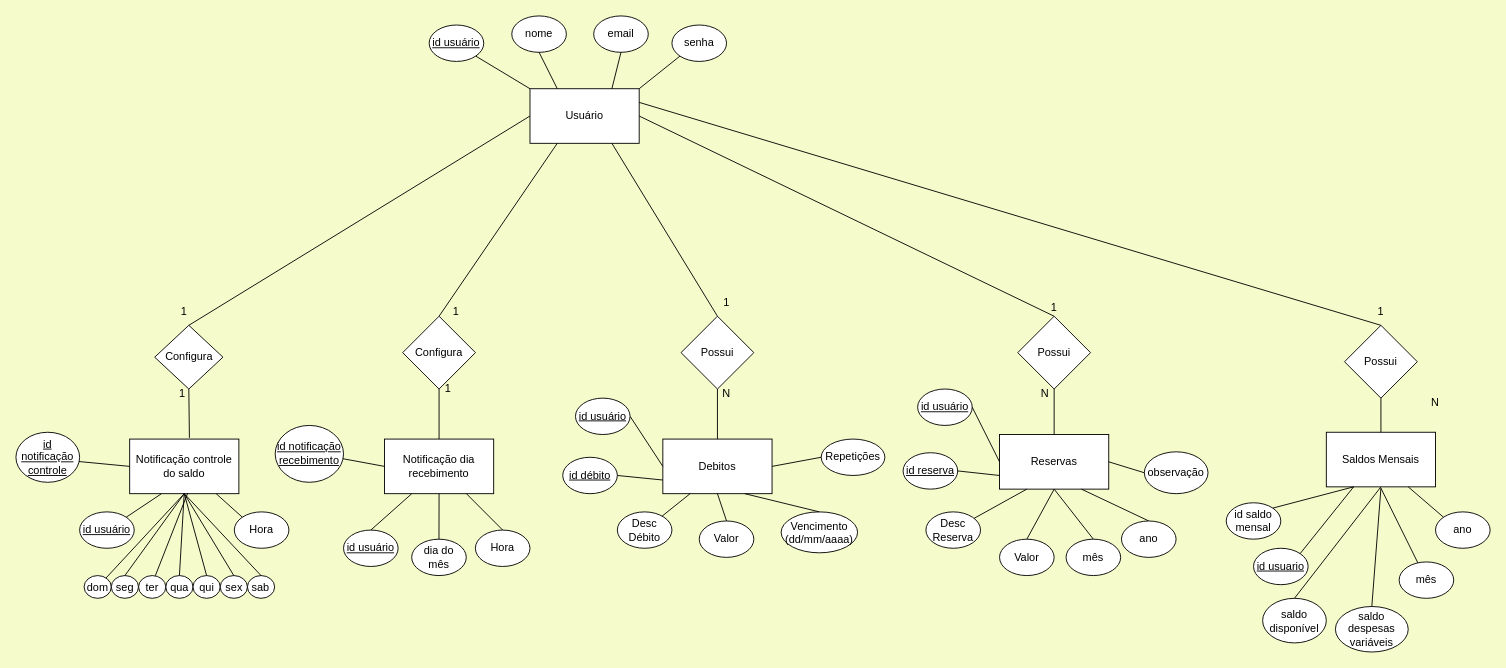
This is evidências/Modelagem banco de dados/finance-app.drawio from lucascoimbra-lab/finance-app, a draw.io file, before an edit. Source tidied: cells renumbered, new cells numbered last; positions are measured from the earlier drawing's top-left corner, leaving out a move shared by most shapes. Both pictures are drawn from the tidied source at 91%, with x=0, y=0 at pixel (15, 15).
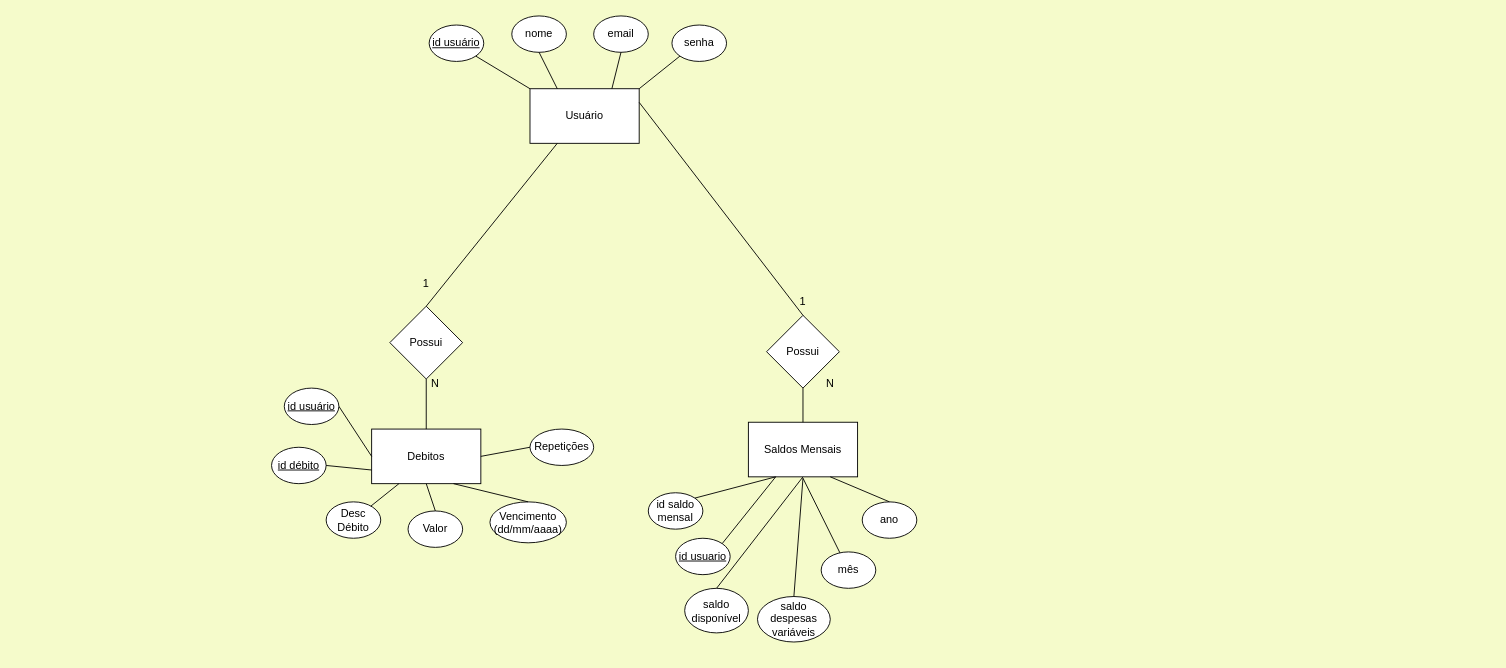
Above is the later version.

Unchanged cells that the change refers to:
```xml
<mxCell id="2" value="Usuário" style="rounded=0;whiteSpace=wrap;html=1;" parent="1" vertex="1">
  <mxGeometry x="564.9" y="80" width="120" height="60" as="geometry" />
</mxCell>
```

What changed in the source:
```diff
@@
     <mxCell id="7" value="Debitos" style="rounded=0;whiteSpace=wrap;html=1;" parent="1" vertex="1">
-      <mxGeometry x="710.9" y="465" width="120" height="60" as="geometry" />
+      <mxGeometry x="390.9" y="454" width="120" height="60" as="geometry" />
     </mxCell>
     <mxCell id="8" value="Desc Débito" style="ellipse;whiteSpace=wrap;html=1;" parent="1" vertex="1">
-      <mxGeometry x="660.9" y="545" width="60" height="40" as="geometry" />
+      <mxGeometry x="340.9" y="534" width="60" height="40" as="geometry" />
     </mxCell>
     <mxCell id="9" value="Valor" style="ellipse;whiteSpace=wrap;html=1;" parent="1" vertex="1">
-      <mxGeometry x="750.9" y="555" width="60" height="40" as="geometry" />
+      <mxGeometry x="430.9" y="544" width="60" height="40" as="geometry" />
     </mxCell>
     <mxCell id="10" value="Vencimento&lt;div&gt;(dd/mm/aaaa)&lt;/div&gt;" style="ellipse;whiteSpace=wrap;html=1;" parent="1" vertex="1">
-      <mxGeometry x="840.9" y="545" width="84" height="45" as="geometry" />
+      <mxGeometry x="520.9" y="534" width="84" height="45" as="geometry" />
     </mxCell>
@@
     <mxCell id="14" value="&lt;u&gt;id usuário&lt;/u&gt;" style="ellipse;whiteSpace=wrap;html=1;" parent="1" vertex="1">
-      <mxGeometry x="614.9" y="420" width="60" height="40" as="geometry" />
+      <mxGeometry x="294.9" y="409" width="60" height="40" as="geometry" />
     </mxCell>
@@
-    <mxCell id="18" value="Reservas" style="rounded=0;whiteSpace=wrap;html=1;" parent="1" vertex="1">
-      <mxGeometry x="1080.9" y="460" width="120" height="60" as="geometry" />
-    </mxCell>
-    <mxCell id="19" value="Desc Reserva" style="ellipse;whiteSpace=wrap;html=1;" parent="1" vertex="1">
-      <mxGeometry x="1000" y="545" width="60" height="40" as="geometry" />
-    </mxCell>
-    <mxCell id="20" style="endArrow=none;html=1;rounded=0;exitX=0.25;exitY=1;exitDx=0;exitDy=0;" parent="1" edge="1" source="18" target="19">
-      <mxGeometry relative="1" as="geometry" />
-    </mxCell>
-    <mxCell id="21" value="Valor" style="ellipse;whiteSpace=wrap;html=1;" parent="1" vertex="1">
-      <mxGeometry x="1080.9" y="575" width="60" height="40" as="geometry" />
-    </mxCell>
-    <mxCell id="22" style="endArrow=none;html=1;rounded=0;entryX=0.5;entryY=0;entryDx=0;entryDy=0;exitX=0.5;exitY=1;exitDx=0;exitDy=0;" parent="1" edge="1" source="18" target="21">
-      <mxGeometry relative="1" as="geometry" />
-    </mxCell>
-    <mxCell id="23" value="observação" style="ellipse;whiteSpace=wrap;html=1;" parent="1" vertex="1">
-      <mxGeometry x="1240" y="479" width="70" height="46" as="geometry" />
-    </mxCell>
-    <mxCell id="24" style="endArrow=none;html=1;rounded=0;exitX=0;exitY=0.5;exitDx=0;exitDy=0;entryX=1;entryY=0.5;entryDx=0;entryDy=0;" parent="1" edge="1" source="23" target="18">
-      <mxGeometry relative="1" as="geometry" />
-    </mxCell>
-    <mxCell id="25" value="&lt;u&gt;id usuário&lt;/u&gt;" style="ellipse;whiteSpace=wrap;html=1;" parent="1" vertex="1">
-      <mxGeometry x="990.9" y="410" width="60" height="40" as="geometry" />
-    </mxCell>
-    <mxCell id="26" style="endArrow=none;html=1;rounded=0;exitX=1;exitY=0.5;exitDx=0;exitDy=0;entryX=0;entryY=0.5;entryDx=0;entryDy=0;" parent="1" edge="1" source="25" target="18">
-      <mxGeometry relative="1" as="geometry" />
-    </mxCell>
-    <mxCell id="27" value="Possui" style="rhombus;whiteSpace=wrap;html=1;" parent="1" vertex="1">
-      <mxGeometry x="1100.9" y="330" width="80" height="80" as="geometry" />
-    </mxCell>
-    <mxCell id="28" style="endArrow=none;html=1;rounded=0;exitX=1;exitY=0.5;exitDx=0;exitDy=0;entryX=0.5;entryY=0;entryDx=0;entryDy=0;" parent="1" edge="1" source="2" target="27">
-      <mxGeometry relative="1" as="geometry" />
-    </mxCell>
-    <mxCell id="29" style="endArrow=none;html=1;rounded=0;exitX=0.5;exitY=1;exitDx=0;exitDy=0;entryX=0.5;entryY=0;entryDx=0;entryDy=0;" parent="1" edge="1" source="27" target="18">
-      <mxGeometry relative="1" as="geometry" />
-    </mxCell>
-    <mxCell id="30" value="1" style="text;html=1;align=center;verticalAlign=middle;whiteSpace=wrap;rounded=0;" parent="1" vertex="1">
-      <mxGeometry x="1110.9" y="306" width="60" height="30" as="geometry" />
-    </mxCell>
-    <mxCell id="31" value="N" style="text;html=1;align=center;verticalAlign=middle;whiteSpace=wrap;rounded=0;" parent="1" vertex="1">
-      <mxGeometry x="1100.9" y="400" width="60" height="30" as="geometry" />
-    </mxCell>
     <mxCell id="32" value="Possui" style="rhombus;whiteSpace=wrap;html=1;" parent="1" vertex="1">
-      <mxGeometry x="730.9" y="330" width="80" height="80" as="geometry" />
+      <mxGeometry x="410.9" y="319" width="80" height="80" as="geometry" />
     </mxCell>
-    <mxCell id="33" style="endArrow=none;html=1;rounded=0;entryX=0.5;entryY=0;entryDx=0;entryDy=0;exitX=0.75;exitY=1;exitDx=0;exitDy=0;" parent="1" edge="1" source="2" target="32">
+    <mxCell id="33" style="endArrow=none;html=1;rounded=0;entryX=0.5;entryY=0;entryDx=0;entryDy=0;exitX=0.25;exitY=1;exitDx=0;exitDy=0;" parent="1" edge="1" source="2" target="32">
       <mxGeometry relative="1" as="geometry" />
     </mxCell>
     <mxCell id="34" value="1" style="text;html=1;align=center;verticalAlign=middle;whiteSpace=wrap;rounded=0;" parent="1" vertex="1">
-      <mxGeometry x="750.9" y="300" width="60" height="30" as="geometry" />
+      <mxGeometry x="420.9" y="279" width="60" height="30" as="geometry" />
     </mxCell>
     <mxCell id="35" value="N" style="text;html=1;align=center;verticalAlign=middle;whiteSpace=wrap;rounded=0;" parent="1" vertex="1">
-      <mxGeometry x="750.9" y="400" width="60" height="30" as="geometry" />
+      <mxGeometry x="430.9" y="389" width="60" height="30" as="geometry" />
     </mxCell>
-    <mxCell id="36" value="Notificação dia recebimento" style="rounded=0;whiteSpace=wrap;html=1;" parent="1" vertex="1">
-      <mxGeometry x="405" y="465" width="120" height="60" as="geometry" />
-    </mxCell>
-    <mxCell id="37" value="dia do mês" style="ellipse;whiteSpace=wrap;html=1;" parent="1" vertex="1">
-      <mxGeometry x="434.9" y="575" width="60" height="40" as="geometry" />
-    </mxCell>
-    <mxCell id="38" value="Hora" style="ellipse;whiteSpace=wrap;html=1;" parent="1" vertex="1">
-      <mxGeometry x="504.9" y="565" width="60" height="40" as="geometry" />
-    </mxCell>
-    <mxCell id="39" value="&lt;u&gt;id usuário&lt;/u&gt;" style="ellipse;whiteSpace=wrap;html=1;" parent="1" vertex="1">
-      <mxGeometry x="360" y="565" width="60" height="40" as="geometry" />
-    </mxCell>
-    <mxCell id="40" style="endArrow=none;html=1;rounded=0;exitX=0.75;exitY=1;exitDx=0;exitDy=0;entryX=0.5;entryY=0;entryDx=0;entryDy=0;" parent="1" edge="1" source="36" target="38">
-      <mxGeometry relative="1" as="geometry" />
-    </mxCell>
-    <mxCell id="41" style="endArrow=none;html=1;rounded=0;exitX=0.5;exitY=1;exitDx=0;exitDy=0;" parent="1" edge="1" source="36" target="37">
-      <mxGeometry relative="1" as="geometry" />
-    </mxCell>
-    <mxCell id="42" style="endArrow=none;html=1;rounded=0;exitX=0.25;exitY=1;exitDx=0;exitDy=0;entryX=0.5;entryY=0;entryDx=0;entryDy=0;" parent="1" edge="1" source="36" target="39">
-      <mxGeometry relative="1" as="geometry" />
-    </mxCell>
-    <mxCell id="43" value="Notificação controle do saldo" style="rounded=0;whiteSpace=wrap;html=1;" parent="1" vertex="1">
-      <mxGeometry x="125" y="465" width="120" height="60" as="geometry" />
-    </mxCell>
-    <mxCell id="44" value="dom" style="ellipse;whiteSpace=wrap;html=1;" parent="1" vertex="1">
-      <mxGeometry x="74.9" y="615" width="29.9" height="25" as="geometry" />
-    </mxCell>
-    <mxCell id="45" value="Hora" style="ellipse;whiteSpace=wrap;html=1;" parent="1" vertex="1">
-      <mxGeometry x="240" y="545" width="60" height="40" as="geometry" />
-    </mxCell>
-    <mxCell id="46" value="&lt;u&gt;id usuário&lt;/u&gt;" style="ellipse;whiteSpace=wrap;html=1;" parent="1" vertex="1">
-      <mxGeometry x="70" y="545" width="60" height="40" as="geometry" />
-    </mxCell>
-    <mxCell id="47" style="endArrow=none;html=1;rounded=0;exitX=0.75;exitY=1;exitDx=0;exitDy=0;entryX=0;entryY=0;entryDx=0;entryDy=0;" parent="1" edge="1" target="45">
-      <mxGeometry relative="1" as="geometry">
-        <mxPoint x="220" y="525" as="sourcePoint" />
-      </mxGeometry>
-    </mxCell>
-    <mxCell id="48" style="endArrow=none;html=1;rounded=0;exitX=0.5;exitY=1;exitDx=0;exitDy=0;" parent="1" edge="1" source="43" target="44">
-      <mxGeometry relative="1" as="geometry" />
-    </mxCell>
-    <mxCell id="49" style="endArrow=none;html=1;rounded=0;exitX=0.25;exitY=1;exitDx=0;exitDy=0;entryX=1;entryY=0;entryDx=0;entryDy=0;" parent="1" edge="1" target="46">
-      <mxGeometry relative="1" as="geometry">
-        <mxPoint x="160" y="525" as="sourcePoint" />
-      </mxGeometry>
-    </mxCell>
-    <mxCell id="50" value="Configura" style="rhombus;whiteSpace=wrap;html=1;" parent="1" vertex="1">
-      <mxGeometry x="425" y="330" width="80" height="80" as="geometry" />
-    </mxCell>
-    <mxCell id="51" value="Configura" style="rhombus;whiteSpace=wrap;html=1;" parent="1" vertex="1">
-      <mxGeometry x="152.5" y="340" width="75" height="70" as="geometry" />
-    </mxCell>
-    <mxCell id="52" style="endArrow=none;html=1;rounded=0;exitX=0.25;exitY=1;exitDx=0;exitDy=0;entryX=0.5;entryY=0;entryDx=0;entryDy=0;" parent="1" edge="1" source="2" target="50">
-      <mxGeometry relative="1" as="geometry" />
-    </mxCell>
-    <mxCell id="53" style="endArrow=none;html=1;rounded=0;exitX=0.5;exitY=1;exitDx=0;exitDy=0;entryX=0.5;entryY=0;entryDx=0;entryDy=0;" parent="1" edge="1" source="50" target="36">
-      <mxGeometry relative="1" as="geometry" />
-    </mxCell>
-    <mxCell id="54" style="endArrow=none;html=1;rounded=0;exitX=0;exitY=0.5;exitDx=0;exitDy=0;entryX=0.5;entryY=0;entryDx=0;entryDy=0;" parent="1" edge="1" source="2" target="51">
-      <mxGeometry relative="1" as="geometry" />
-    </mxCell>
-    <mxCell id="55" style="endArrow=none;html=1;rounded=0;exitX=0.547;exitY=-0.022;exitDx=0;exitDy=0;entryX=0.5;entryY=1;entryDx=0;entryDy=0;exitPerimeter=0;" parent="1" edge="1" source="43" target="51">
-      <mxGeometry relative="1" as="geometry" />
-    </mxCell>
-    <mxCell id="56" value="1" style="text;html=1;align=center;verticalAlign=middle;whiteSpace=wrap;rounded=0;" parent="1" vertex="1">
-      <mxGeometry x="454.1" y="310" width="60" height="30" as="geometry" />
-    </mxCell>
-    <mxCell id="57" value="1" style="text;html=1;align=center;verticalAlign=middle;whiteSpace=wrap;rounded=0;" parent="1" vertex="1">
-      <mxGeometry x="444.9" y="395" width="60" height="30" as="geometry" />
-    </mxCell>
-    <mxCell id="58" value="1" style="text;html=1;align=center;verticalAlign=middle;whiteSpace=wrap;rounded=0;" parent="1" vertex="1">
-      <mxGeometry x="152.5" y="400" width="60" height="30" as="geometry" />
-    </mxCell>
-    <mxCell id="59" value="1" style="text;html=1;align=center;verticalAlign=middle;whiteSpace=wrap;rounded=0;" parent="1" vertex="1">
-      <mxGeometry x="155" y="310" width="60" height="30" as="geometry" />
-    </mxCell>
@@
     <mxCell id="63" value="&lt;u&gt;id débito&lt;/u&gt;" style="ellipse;whiteSpace=wrap;html=1;" parent="1" vertex="1">
-      <mxGeometry x="600.9" y="485" width="60" height="40" as="geometry" />
+      <mxGeometry x="280.9" y="474" width="60" height="40" as="geometry" />
     </mxCell>
@@
-    <mxCell id="65" value="&lt;u&gt;id notificação controle&lt;/u&gt;" style="ellipse;whiteSpace=wrap;html=1;" parent="1" vertex="1">
-      <mxGeometry y="457.5" width="70" height="55" as="geometry" />
-    </mxCell>
-    <mxCell id="66" style="endArrow=none;html=1;rounded=0;exitX=0;exitY=0.5;exitDx=0;exitDy=0;entryX=0.989;entryY=0.585;entryDx=0;entryDy=0;entryPerimeter=0;" parent="1" edge="1" source="43" target="65">
-      <mxGeometry relative="1" as="geometry" />
-    </mxCell>
-    <mxCell id="67" value="&lt;u&gt;id notificação recebimento&lt;/u&gt;" style="ellipse;whiteSpace=wrap;html=1;" parent="1" vertex="1">
-      <mxGeometry x="284.9" y="450" width="75.1" height="62.5" as="geometry" />
-    </mxCell>
-    <mxCell id="68" style="endArrow=none;html=1;rounded=0;exitX=0;exitY=0.5;exitDx=0;exitDy=0;entryX=0.989;entryY=0.585;entryDx=0;entryDy=0;entryPerimeter=0;" parent="1" edge="1" source="36" target="67">
-      <mxGeometry relative="1" as="geometry" />
-    </mxCell>
-    <mxCell id="69" value="&lt;u&gt;id reserva&lt;/u&gt;" style="ellipse;whiteSpace=wrap;html=1;" parent="1" vertex="1">
-      <mxGeometry x="974.9" y="480" width="60" height="40" as="geometry" />
-    </mxCell>
-    <mxCell id="70" style="endArrow=none;html=1;rounded=0;entryX=0;entryY=0.75;entryDx=0;entryDy=0;exitX=1;exitY=0.5;exitDx=0;exitDy=0;" parent="1" edge="1" source="69" target="18">
-      <mxGeometry relative="1" as="geometry" />
-    </mxCell>
     <mxCell id="71" value="Repetições" style="ellipse;whiteSpace=wrap;html=1;" parent="1" vertex="1">
-      <mxGeometry x="884.9" y="465" width="70" height="40" as="geometry" />
+      <mxGeometry x="564.9" y="454" width="70" height="40" as="geometry" />
     </mxCell>
@@
-    <mxCell id="73" value="seg" style="ellipse;whiteSpace=wrap;html=1;" parent="1" vertex="1">
-      <mxGeometry x="104.8" y="615" width="29.9" height="25" as="geometry" />
-    </mxCell>
-    <mxCell id="74" value="ter" style="ellipse;whiteSpace=wrap;html=1;" parent="1" vertex="1">
-      <mxGeometry x="134.8" y="615" width="29.9" height="25" as="geometry" />
-    </mxCell>
-    <mxCell id="75" value="qua" style="ellipse;whiteSpace=wrap;html=1;" parent="1" vertex="1">
-      <mxGeometry x="164.7" y="615" width="29.9" height="25" as="geometry" />
-    </mxCell>
-    <mxCell id="76" value="qui" style="ellipse;whiteSpace=wrap;html=1;" parent="1" vertex="1">
-      <mxGeometry x="194.6" y="615" width="29.9" height="25" as="geometry" />
-    </mxCell>
-    <mxCell id="77" value="sex" style="ellipse;whiteSpace=wrap;html=1;" parent="1" vertex="1">
-      <mxGeometry x="224.5" y="615" width="29.9" height="25" as="geometry" />
-    </mxCell>
-    <mxCell id="78" value="sab" style="ellipse;whiteSpace=wrap;html=1;" parent="1" vertex="1">
-      <mxGeometry x="254.4" y="615" width="29.9" height="25" as="geometry" />
-    </mxCell>
-    <mxCell id="79" style="endArrow=none;html=1;rounded=0;entryX=0.5;entryY=0;entryDx=0;entryDy=0;" parent="1" edge="1" target="73">
-      <mxGeometry relative="1" as="geometry">
-        <mxPoint x="184.9" y="525" as="sourcePoint" />
-      </mxGeometry>
-    </mxCell>
-    <mxCell id="80" style="endArrow=none;html=1;rounded=0;exitX=0.532;exitY=0.987;exitDx=0;exitDy=0;entryX=0.615;entryY=0.008;entryDx=0;entryDy=0;exitPerimeter=0;entryPerimeter=0;" parent="1" edge="1" source="43" target="74">
-      <mxGeometry relative="1" as="geometry" />
-    </mxCell>
-    <mxCell id="81" style="endArrow=none;html=1;rounded=0;entryX=0.5;entryY=0;entryDx=0;entryDy=0;" parent="1" edge="1" target="75">
-      <mxGeometry relative="1" as="geometry">
-        <mxPoint x="184.9" y="525" as="sourcePoint" />
-      </mxGeometry>
-    </mxCell>
-    <mxCell id="82" style="endArrow=none;html=1;rounded=0;entryX=0.5;entryY=0;entryDx=0;entryDy=0;exitX=0.5;exitY=1;exitDx=0;exitDy=0;" parent="1" edge="1" source="43" target="76">
-      <mxGeometry relative="1" as="geometry" />
-    </mxCell>
-    <mxCell id="83" style="endArrow=none;html=1;rounded=0;entryX=0.5;entryY=0;entryDx=0;entryDy=0;exitX=0.5;exitY=1;exitDx=0;exitDy=0;" parent="1" edge="1" source="43" target="77">
-      <mxGeometry relative="1" as="geometry" />
-    </mxCell>
-    <mxCell id="84" style="endArrow=none;html=1;rounded=0;entryX=0.5;entryY=0;entryDx=0;entryDy=0;exitX=0.5;exitY=1;exitDx=0;exitDy=0;" parent="1" edge="1" source="43" target="78">
-      <mxGeometry relative="1" as="geometry" />
-    </mxCell>
     <mxCell id="85" value="Possui" style="rhombus;whiteSpace=wrap;html=1;" parent="1" vertex="1">
-      <mxGeometry x="1460" y="340" width="80" height="80" as="geometry" />
+      <mxGeometry x="824.9" y="329" width="80" height="80" as="geometry" />
     </mxCell>
     <mxCell id="86" value="Saldos Mensais" style="rounded=0;whiteSpace=wrap;html=1;" parent="1" vertex="1">
-      <mxGeometry x="1440" y="457.5" width="120" height="60" as="geometry" />
+      <mxGeometry x="804.9" y="446.5" width="120" height="60" as="geometry" />
     </mxCell>
@@
     <mxCell id="88" value="1" style="text;html=1;align=center;verticalAlign=middle;whiteSpace=wrap;rounded=0;" parent="1" vertex="1">
-      <mxGeometry x="1470" y="310" width="60" height="30" as="geometry" />
+      <mxGeometry x="834.9" y="299" width="60" height="30" as="geometry" />
     </mxCell>
     <mxCell id="89" value="N" style="text;html=1;align=center;verticalAlign=middle;whiteSpace=wrap;rounded=0;" parent="1" vertex="1">
-      <mxGeometry x="1530" y="410" width="60" height="30" as="geometry" />
+      <mxGeometry x="864.9" y="389" width="60" height="30" as="geometry" />
     </mxCell>
@@
     <mxCell id="91" value="id saldo mensal" style="ellipse;whiteSpace=wrap;html=1;" parent="1" vertex="1">
-      <mxGeometry x="1330" y="535" width="60" height="40" as="geometry" />
+      <mxGeometry x="694.9" y="524" width="60" height="40" as="geometry" />
     </mxCell>
     <mxCell id="92" value="saldo disponível" style="ellipse;whiteSpace=wrap;html=1;" parent="1" vertex="1">
-      <mxGeometry x="1370" y="640" width="70" height="49" as="geometry" />
+      <mxGeometry x="734.9" y="629" width="70" height="49" as="geometry" />
     </mxCell>
     <mxCell id="93" value="ano" style="ellipse;whiteSpace=wrap;html=1;" parent="1" vertex="1">
-      <mxGeometry x="1560" y="545" width="60" height="40" as="geometry" />
+      <mxGeometry x="930" y="534" width="60" height="40" as="geometry" />
     </mxCell>
-    <mxCell id="94" style="endArrow=none;html=1;rounded=0;entryX=0;entryY=0;entryDx=0;entryDy=0;exitX=0.75;exitY=1;exitDx=0;exitDy=0;" parent="1" edge="1" source="86" target="93">
+    <mxCell id="94" style="endArrow=none;html=1;rounded=0;entryX=0.5;entryY=0;entryDx=0;entryDy=0;exitX=0.75;exitY=1;exitDx=0;exitDy=0;" parent="1" edge="1" source="86" target="93">
       <mxGeometry relative="1" as="geometry" />
     </mxCell>
@@
     <mxCell id="97" value="mês" style="ellipse;whiteSpace=wrap;html=1;" parent="1" vertex="1">
-      <mxGeometry x="1520" y="600" width="60" height="40" as="geometry" />
+      <mxGeometry x="884.9" y="589" width="60" height="40" as="geometry" />
     </mxCell>
     <mxCell id="98" style="endArrow=none;html=1;rounded=0;" parent="1" edge="1" target="97">
       <mxGeometry relative="1" as="geometry">
-        <mxPoint x="1500" y="519" as="sourcePoint" />
+        <mxPoint x="864.9" y="508" as="sourcePoint" />
       </mxGeometry>
     </mxCell>
-    <mxCell id="99" value="mês" style="ellipse;whiteSpace=wrap;html=1;" parent="1" vertex="1">
-      <mxGeometry x="1154" y="575" width="60" height="40" as="geometry" />
-    </mxCell>
-    <mxCell id="100" style="endArrow=none;html=1;rounded=0;entryX=0.5;entryY=0;entryDx=0;entryDy=0;exitX=0.5;exitY=1;exitDx=0;exitDy=0;" parent="1" edge="1" source="18" target="99">
-      <mxGeometry relative="1" as="geometry" />
-    </mxCell>
-    <mxCell id="101" style="endArrow=none;html=1;rounded=0;exitX=0.75;exitY=1;exitDx=0;exitDy=0;entryX=0.5;entryY=0;entryDx=0;entryDy=0;" parent="1" edge="1" source="18" target="102">
-      <mxGeometry relative="1" as="geometry" />
-    </mxCell>
-    <mxCell id="102" value="ano" style="ellipse;whiteSpace=wrap;html=1;" parent="1" vertex="1">
-      <mxGeometry x="1214.9" y="555" width="60" height="40" as="geometry" />
-    </mxCell>
     <mxCell id="103" value="id usuario" style="ellipse;whiteSpace=wrap;html=1;fontStyle=4;" parent="1" vertex="1">
-      <mxGeometry x="1360" y="585" width="60" height="40" as="geometry" />
+      <mxGeometry x="724.9" y="574" width="60" height="40" as="geometry" />
     </mxCell>
@@
     <mxCell id="105" value="saldo despesas variáveis" style="ellipse;whiteSpace=wrap;html=1;" parent="1" vertex="1">
-      <mxGeometry x="1450" y="649" width="80" height="50" as="geometry" />
+      <mxGeometry x="814.9" y="638" width="80" height="50" as="geometry" />
     </mxCell>
     <mxCell id="106" style="endArrow=none;html=1;rounded=0;entryX=0.5;entryY=0;entryDx=0;entryDy=0;" parent="1" edge="1" target="105">
       <mxGeometry relative="1" as="geometry">
-        <mxPoint x="1500" y="519" as="sourcePoint" />
+        <mxPoint x="864.9" y="508" as="sourcePoint" />
       </mxGeometry>
     </mxCell>
```
